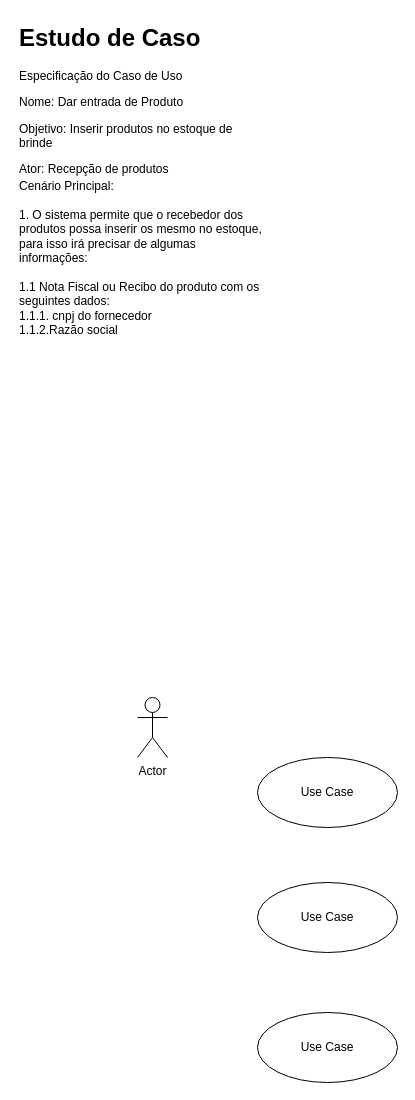
Above: UML/ControleBrinde.drawio in HelenaNascimento/ControleBrind (draw.io), before the change. Source tidied: cells renumbered, new cells numbered last; positions are measured from the earlier drawing's top-left corner, leaving out a move shared by most shapes. Both pictures are drawn from the tidied source at 100%, with x=0, y=0 at pixel (17, 17).
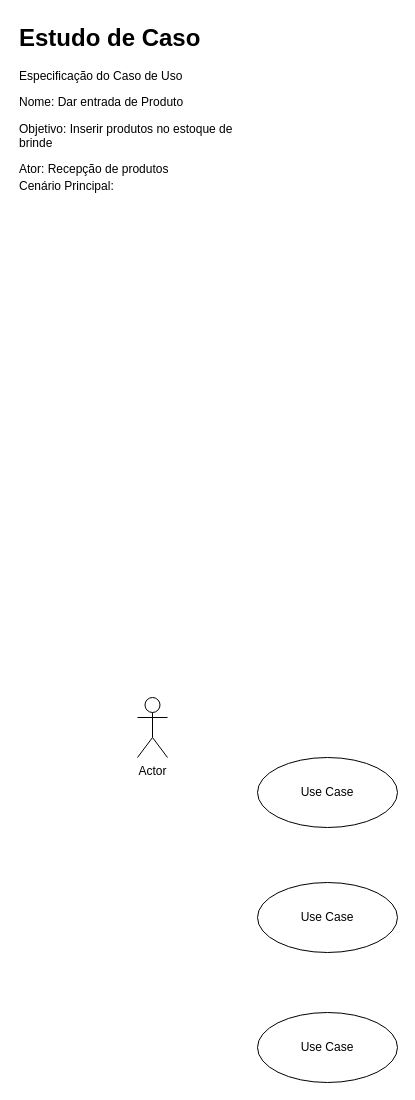
Above is the later version.

Diff of the diagram source:
```diff
@@
 <mxGraphModel>
   <root>
     <mxCell id="0" />
     <mxCell id="1" parent="0" />
     <mxCell id="2" value="Actor" style="shape=umlActor;verticalLabelPosition=bottom;verticalAlign=top;html=1;" parent="1" vertex="1">
       <mxGeometry x="120" y="680" width="30" height="60" as="geometry" />
     </mxCell>
     <mxCell id="3" value="&lt;h1 style=&quot;margin-top: 0px;&quot;&gt;Estudo de Caso&lt;/h1&gt;&lt;p&gt;Especificação do Caso de Uso&lt;br&gt;&lt;/p&gt;&lt;p&gt;Nome: Dar entrada de Produto&lt;/p&gt;&lt;p&gt;Objetivo: Inserir produtos no estoque de brinde&lt;/p&gt;&lt;p&gt;Ator: Recepção de produtos&lt;/p&gt;" style="text;html=1;whiteSpace=wrap;overflow=hidden;rounded=0;" parent="1" vertex="1">
       <mxGeometry width="250" height="160" as="geometry" />
     </mxCell>
     <mxCell id="4" value="Use Case" style="ellipse;whiteSpace=wrap;html=1;" parent="1" vertex="1">
       <mxGeometry x="240" y="740" width="140" height="70" as="geometry" />
     </mxCell>
     <mxCell id="5" value="Use Case" style="ellipse;whiteSpace=wrap;html=1;" parent="1" vertex="1">
       <mxGeometry x="240" y="865" width="140" height="70" as="geometry" />
     </mxCell>
     <mxCell id="6" value="Use Case" style="ellipse;whiteSpace=wrap;html=1;" parent="1" vertex="1">
       <mxGeometry x="240" y="995" width="140" height="70" as="geometry" />
     </mxCell>
-    <mxCell id="7" value="Cenário Principal:&lt;div&gt;&lt;br&gt;&lt;/div&gt;&lt;div&gt;1. O sistema permite que o recebedor dos produtos possa inserir os mesmo no estoque, para isso irá precisar de algumas informações:&lt;/div&gt;&lt;div&gt;&lt;br&gt;&lt;/div&gt;&lt;div&gt;1.1 Nota Fiscal ou Recibo do produto com os seguintes dados:&lt;/div&gt;&lt;div&gt;1.1.1. cnpj do fornecedor&lt;/div&gt;&lt;div&gt;1.1.2.Razão social&lt;/div&gt;&lt;div&gt;&lt;br&gt;&lt;/div&gt;" style="text;spacingTop=-5;whiteSpace=wrap;html=1;align=left;fontSize=12;fontFamily=Helvetica;fillColor=none;strokeColor=none;" parent="1" vertex="1">
+    <mxCell id="7" value="Cenário Principal:&lt;div&gt;&lt;br&gt;&lt;/div&gt;&lt;div&gt;&lt;br&gt;&lt;/div&gt;" style="text;spacingTop=-5;whiteSpace=wrap;html=1;align=left;fontSize=12;fontFamily=Helvetica;fillColor=none;strokeColor=none;" parent="1" vertex="1">
       <mxGeometry y="160" width="250" height="470" as="geometry" />
     </mxCell>
   </root>
 </mxGraphModel>
```
